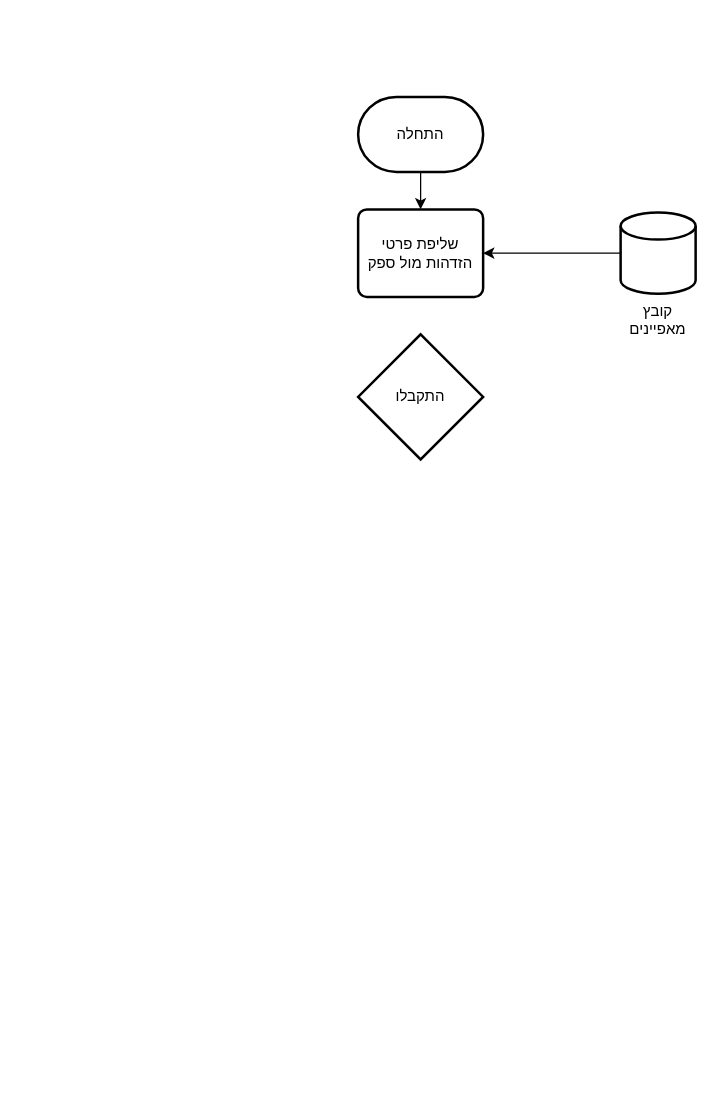
Earlier version of the draw.io diagram סלקט.drawio (eyallit/draw.io). Source tidied: cells renumbered, new cells numbered last; positions are measured from the earlier drawing's top-left corner, leaving out a move shared by most shapes. Both pictures are drawn from the tidied source at 125%, with x=0, y=0 at pixel (358, 96).
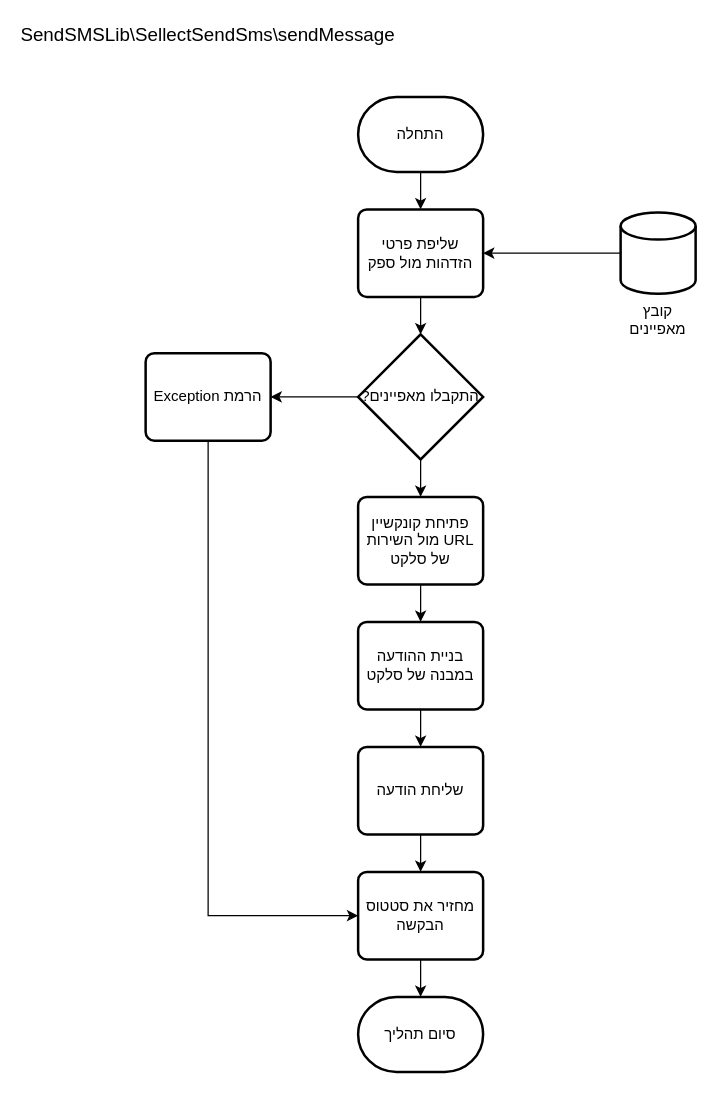
Above is the later version.

The change refers to these unchanged cells:
```xml
<mxCell id="4" value="שליפת פרטי הזדהות מול ספק" style="rounded=1;whiteSpace=wrap;html=1;absoluteArcSize=1;arcSize=14;strokeWidth=2;textDirection=rtl;" parent="1" vertex="1">
  <mxGeometry y="90" width="100" height="70" as="geometry" />
</mxCell>
```

Diff of the diagram source:
```diff
@@
+    <mxCell id="8" style="edgeStyle=orthogonalEdgeStyle;rounded=0;jettySize=auto;html=1;" parent="1" edge="1" source="4" target="7">
+      <mxGeometry relative="1" as="geometry" />
+    </mxCell>
@@
+    <mxCell id="9" style="edgeStyle=orthogonalEdgeStyle;rounded=0;jettySize=auto;html=1;" parent="1" edge="1" source="7" target="12">
+      <mxGeometry relative="1" as="geometry" />
+    </mxCell>
+    <mxCell id="10" style="edgeStyle=orthogonalEdgeStyle;rounded=0;jettySize=auto;html=1;entryX=1;entryY=0.5;entryDx=0;entryDy=0;fontSize=15;" parent="1" edge="1" source="7" target="21">
+      <mxGeometry relative="1" as="geometry" />
+    </mxCell>
-    <mxCell id="7" value="התקבלו" style="strokeWidth=2;html=1;shape=mxgraph.flowchart.decision;whiteSpace=wrap;textDirection=rtl;" parent="1" vertex="1">
+    <mxCell id="7" value="התקבלו מאפיינים?&lt;br&gt;" style="strokeWidth=2;html=1;shape=mxgraph.flowchart.decision;whiteSpace=wrap;textDirection=rtl;" parent="1" vertex="1">
       <mxGeometry y="190" width="100" height="100" as="geometry" />
     </mxCell>
+    <mxCell id="11" style="edgeStyle=orthogonalEdgeStyle;rounded=0;jettySize=auto;html=1;" parent="1" edge="1" source="12" target="14">
+      <mxGeometry relative="1" as="geometry" />
+    </mxCell>
+    <mxCell id="12" value="&lt;span lang=&quot;HE&quot; dir=&quot;RTL&quot;&gt;פתיחת קונקשיין &lt;/span&gt;&lt;span&gt;URL&lt;/span&gt;&lt;span lang=&quot;HE&quot; dir=&quot;RTL&quot;&gt; מול השירות של סלקט&lt;/span&gt;" style="rounded=1;whiteSpace=wrap;html=1;absoluteArcSize=1;arcSize=14;strokeWidth=2;textDirection=rtl;" parent="1" vertex="1">
+      <mxGeometry y="320" width="100" height="70" as="geometry" />
+    </mxCell>
+    <mxCell id="13" style="edgeStyle=orthogonalEdgeStyle;rounded=0;jettySize=auto;html=1;" parent="1" edge="1" source="14" target="16">
+      <mxGeometry relative="1" as="geometry" />
+    </mxCell>
+    <mxCell id="14" value="&lt;span lang=&quot;HE&quot; dir=&quot;RTL&quot;&gt;בניית ההודעה במבנה של סלקט&lt;/span&gt;&lt;br&gt;" style="rounded=1;whiteSpace=wrap;html=1;absoluteArcSize=1;arcSize=14;strokeWidth=2;textDirection=rtl;" parent="1" vertex="1">
+      <mxGeometry y="420" width="100" height="70" as="geometry" />
+    </mxCell>
+    <mxCell id="15" style="edgeStyle=orthogonalEdgeStyle;rounded=0;jettySize=auto;html=1;" parent="1" edge="1" source="16" target="18">
+      <mxGeometry relative="1" as="geometry" />
+    </mxCell>
+    <mxCell id="16" value="&lt;span lang=&quot;HE&quot; dir=&quot;RTL&quot;&gt;שליחת הודעה&lt;/span&gt;&lt;br&gt;" style="rounded=1;whiteSpace=wrap;html=1;absoluteArcSize=1;arcSize=14;strokeWidth=2;textDirection=rtl;" parent="1" vertex="1">
+      <mxGeometry y="520" width="100" height="70" as="geometry" />
+    </mxCell>
+    <mxCell id="17" style="edgeStyle=orthogonalEdgeStyle;rounded=0;jettySize=auto;html=1;fontSize=15;" parent="1" edge="1" source="18" target="22">
+      <mxGeometry relative="1" as="geometry" />
+    </mxCell>
+    <mxCell id="18" value="&lt;span lang=&quot;HE&quot; dir=&quot;RTL&quot;&gt;מחזיר את סטטוס הבקשה&lt;/span&gt;&lt;br&gt;" style="rounded=1;whiteSpace=wrap;html=1;absoluteArcSize=1;arcSize=14;strokeWidth=2;textDirection=rtl;" parent="1" vertex="1">
+      <mxGeometry y="620" width="100" height="70" as="geometry" />
+    </mxCell>
+    <mxCell id="19" value="SendSMSLib\SellectSendSms\sendMessage" style="text;html=1;strokeColor=none;fillColor=none;align=center;verticalAlign=middle;whiteSpace=wrap;rounded=0;fontSize=15;" parent="1" vertex="1">
+      <mxGeometry x="-250" y="-60" width="260" height="20" as="geometry" />
+    </mxCell>
+    <mxCell id="20" style="edgeStyle=orthogonalEdgeStyle;rounded=0;jettySize=auto;html=1;entryX=0;entryY=0.5;entryDx=0;entryDy=0;fontSize=15;" parent="1" edge="1" source="21" target="18">
+      <mxGeometry relative="1" as="geometry">
+        <Array as="points">
+          <mxPoint x="-120" y="655" />
+        </Array>
+      </mxGeometry>
+    </mxCell>
+    <mxCell id="21" value="הרמת Exception" style="rounded=1;whiteSpace=wrap;html=1;absoluteArcSize=1;arcSize=14;strokeWidth=2;textDirection=rtl;" parent="1" vertex="1">
+      <mxGeometry x="-170" y="205" width="100" height="70" as="geometry" />
+    </mxCell>
+    <mxCell id="22" value="סיום תהליך" style="strokeWidth=2;html=1;shape=mxgraph.flowchart.terminator;whiteSpace=wrap;" parent="1" vertex="1">
+      <mxGeometry y="720" width="100" height="60" as="geometry" />
+    </mxCell>
```
